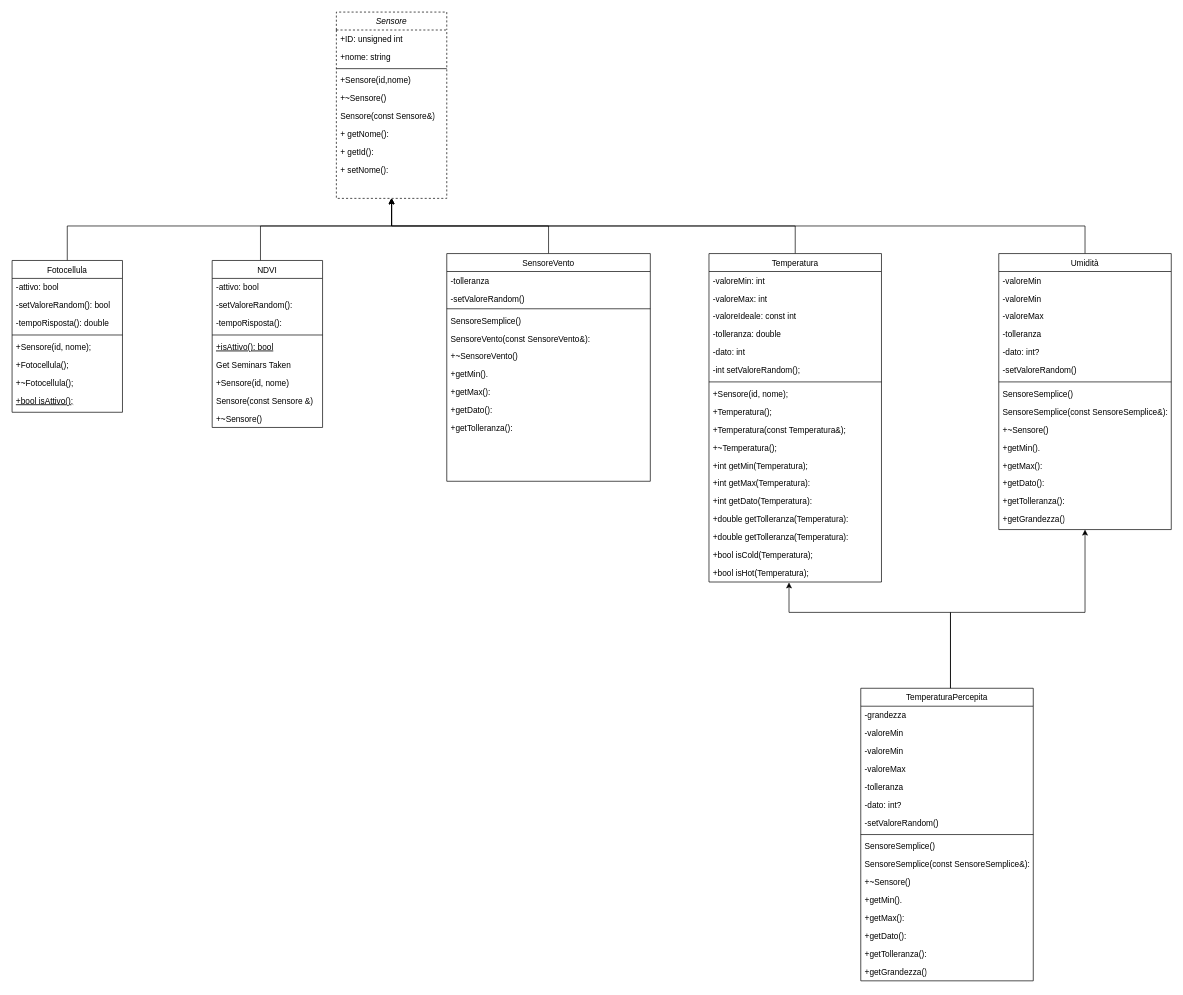
Above: Pao2024lo.drawio in matteoumatche/PAO2024 (draw.io), before the change. Source tidied: cells renumbered, new cells numbered last; positions are measured from the earlier drawing's top-left corner, leaving out a move shared by most shapes. Both pictures are drawn from the tidied source at 69%, with x=0, y=0 at pixel (12, 12).
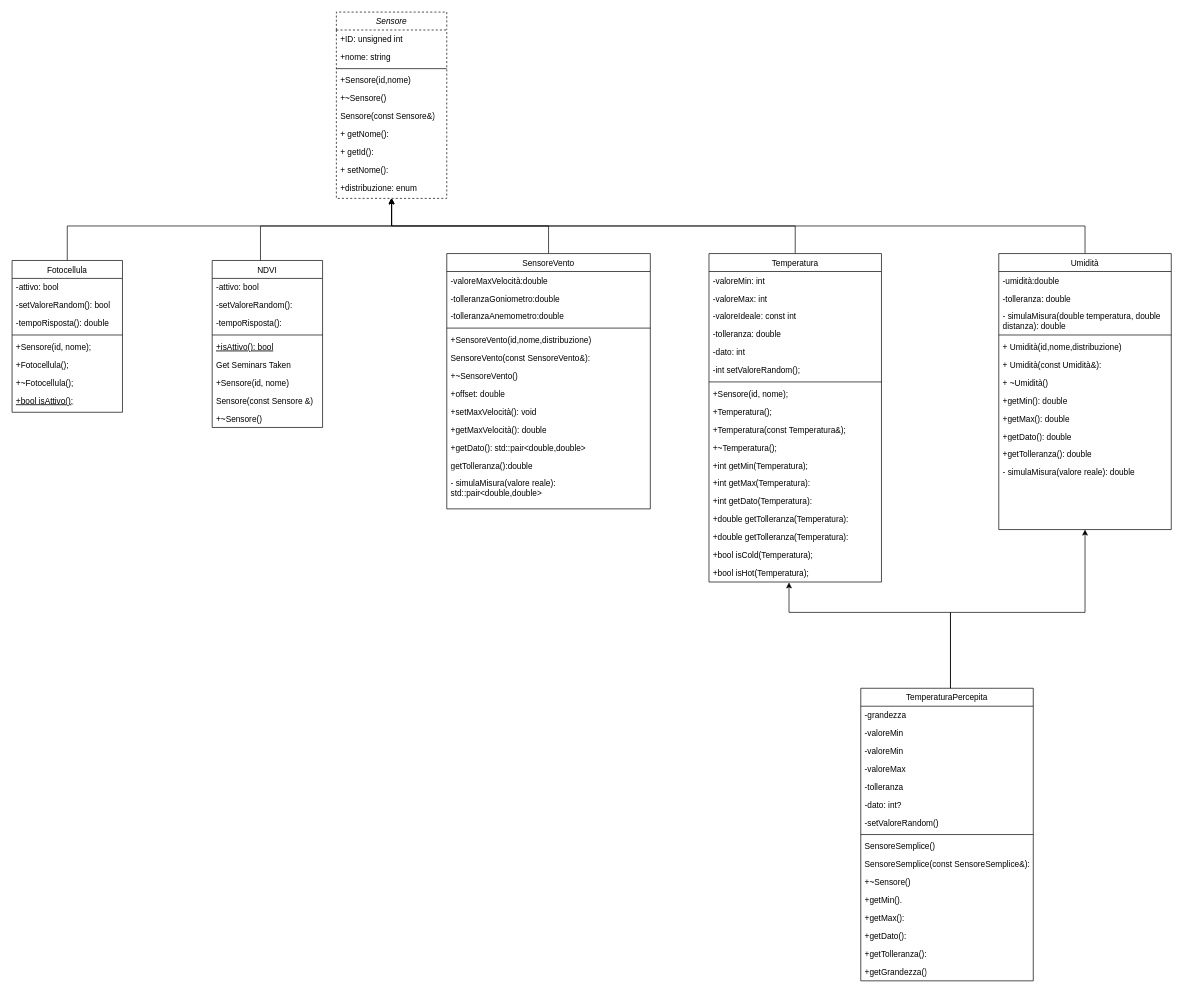
The same diagram, later.

Unchanged cells that the change refers to:
```xml
<mxCell id="2" value="Sensore" style="swimlane;fontStyle=2;align=center;verticalAlign=top;horizontal=1;startSize=26;rounded=0;shadow=0;strokeWidth=1;dashed=1;" parent="1" vertex="1">
  <mxGeometry x="470" width="160" height="270" as="geometry" />
</mxCell>
<mxCell id="55" value="Umidità" style="swimlane;fontStyle=0;align=center;verticalAlign=top;horizontal=1;startSize=26;rounded=0;shadow=0;strokeWidth=1;" parent="1" vertex="1">
  <mxGeometry x="1430" y="350" width="250" height="400" as="geometry" />
</mxCell>
```

What changed in the source:
```diff
@@
+    <mxCell id="101" value="+distribuzione: enum" style="text;align=left;verticalAlign=top;spacingLeft=4;spacingRight=4;overflow=hidden;rounded=0;shadow=0;html=0;" parent="2" vertex="1">
+      <mxGeometry y="242" width="160" height="26" as="geometry" />
+    </mxCell>
@@
     <mxCell id="24" value="SensoreVento" style="swimlane;fontStyle=0;align=center;verticalAlign=top;horizontal=1;startSize=26;rounded=0;shadow=0;strokeWidth=1;" parent="1" vertex="1">
-      <mxGeometry x="630" y="350" width="295" height="330" as="geometry" />
+      <mxGeometry x="630" y="350" width="295" height="370" as="geometry" />
     </mxCell>
-    <mxCell id="25" value="-tolleranza" style="text;align=left;verticalAlign=top;spacingLeft=4;spacingRight=4;overflow=hidden;rounded=0;shadow=0;html=0;" parent="24" vertex="1">
-      <mxGeometry y="26" width="295" height="26" as="geometry" />
-    </mxCell>
-    <mxCell id="26" value="-setValoreRandom()" style="text;align=left;verticalAlign=top;spacingLeft=4;spacingRight=4;overflow=hidden;rounded=0;shadow=0;html=0;" parent="24" vertex="1">
-      <mxGeometry y="52" width="295" height="24" as="geometry" />
-    </mxCell>
+    <mxCell id="58" value="-valoreMaxVelocità:double" style="text;align=left;verticalAlign=top;spacingLeft=4;spacingRight=4;overflow=hidden;rounded=0;shadow=0;html=0;" parent="24" vertex="1">
+      <mxGeometry y="26" width="295" height="26" as="geometry" />
+    </mxCell>
+    <mxCell id="59" value="-tolleranzaGoniometro:double" style="text;align=left;verticalAlign=top;spacingLeft=4;spacingRight=4;overflow=hidden;rounded=0;shadow=0;html=0;" parent="24" vertex="1">
+      <mxGeometry y="52" width="295" height="26" as="geometry" />
+    </mxCell>
+    <mxCell id="102" value="-tolleranzaAnemometro:double" style="text;align=left;verticalAlign=top;spacingLeft=4;spacingRight=4;overflow=hidden;rounded=0;shadow=0;html=0;" parent="24" vertex="1">
+      <mxGeometry y="78" width="295" height="26" as="geometry" />
+    </mxCell>
     <mxCell id="27" style="line;html=1;strokeWidth=1;align=left;verticalAlign=middle;spacingTop=-1;spacingLeft=3;spacingRight=3;labelPosition=right;" parent="24" vertex="1">
-      <mxGeometry y="76" width="295" height="8" as="geometry" />
+      <mxGeometry y="104" width="295" height="8" as="geometry" />
     </mxCell>
-    <mxCell id="28" value="SensoreSemplice()" style="text;align=left;verticalAlign=top;spacingLeft=4;spacingRight=4;overflow=hidden;" parent="24" vertex="1">
-      <mxGeometry y="84" width="295" height="26" as="geometry" />
+    <mxCell id="28" value="+SensoreVento(id,nome,distribuzione)" style="text;align=left;verticalAlign=top;spacingLeft=4;spacingRight=4;overflow=hidden;" parent="24" vertex="1">
+      <mxGeometry y="112" width="295" height="26" as="geometry" />
     </mxCell>
     <mxCell id="29" value="SensoreVento(const SensoreVento&amp;):" style="text;align=left;verticalAlign=top;spacingLeft=4;spacingRight=4;overflow=hidden;" parent="24" vertex="1">
-      <mxGeometry y="110" width="295" height="26" as="geometry" />
+      <mxGeometry y="138" width="295" height="26" as="geometry" />
     </mxCell>
     <mxCell id="30" value="+~SensoreVento()" style="text;align=left;verticalAlign=top;spacingLeft=4;spacingRight=4;overflow=hidden;" parent="24" vertex="1">
-      <mxGeometry y="136" width="295" height="26" as="geometry" />
+      <mxGeometry y="164" width="295" height="26" as="geometry" />
     </mxCell>
+    <mxCell id="25" value="+offset: double" style="text;align=left;verticalAlign=top;spacingLeft=4;spacingRight=4;overflow=hidden;rounded=0;shadow=0;html=0;" parent="24" vertex="1">
+      <mxGeometry y="190" width="295" height="26" as="geometry" />
+    </mxCell>
-    <mxCell id="31" value="+getMin()." style="text;strokeColor=none;fillColor=none;align=left;verticalAlign=top;spacingLeft=4;spacingRight=4;overflow=hidden;whiteSpace=wrap;html=1;" parent="24" vertex="1">
-      <mxGeometry y="162" width="295" height="26" as="geometry" />
+    <mxCell id="31" value="+setMax&lt;span style=&quot;text-wrap: nowrap;&quot;&gt;Velocità&lt;/span&gt;(): void" style="text;strokeColor=none;fillColor=none;align=left;verticalAlign=top;spacingLeft=4;spacingRight=4;overflow=hidden;whiteSpace=wrap;html=1;" parent="24" vertex="1">
+      <mxGeometry y="216" width="295" height="26" as="geometry" />
     </mxCell>
-    <mxCell id="32" value="+getMax():" style="text;strokeColor=none;fillColor=none;align=left;verticalAlign=top;spacingLeft=4;spacingRight=4;overflow=hidden;whiteSpace=wrap;html=1;" parent="24" vertex="1">
-      <mxGeometry y="188" width="295" height="26" as="geometry" />
+    <mxCell id="32" value="+getMax&lt;span style=&quot;text-wrap: nowrap;&quot;&gt;Velocità&lt;/span&gt;(): double" style="text;strokeColor=none;fillColor=none;align=left;verticalAlign=top;spacingLeft=4;spacingRight=4;overflow=hidden;whiteSpace=wrap;html=1;" parent="24" vertex="1">
+      <mxGeometry y="242" width="295" height="26" as="geometry" />
     </mxCell>
-    <mxCell id="33" value="+getDato():" style="text;strokeColor=none;fillColor=none;align=left;verticalAlign=top;spacingLeft=4;spacingRight=4;overflow=hidden;whiteSpace=wrap;html=1;" parent="24" vertex="1">
-      <mxGeometry y="214" width="295" height="26" as="geometry" />
+    <mxCell id="33" value="+getDato(): std::pair&amp;lt;double,double&amp;gt;" style="text;strokeColor=none;fillColor=none;align=left;verticalAlign=top;spacingLeft=4;spacingRight=4;overflow=hidden;whiteSpace=wrap;html=1;" parent="24" vertex="1">
+      <mxGeometry y="268" width="295" height="26" as="geometry" />
     </mxCell>
-    <mxCell id="34" value="+getTolleranza():" style="text;strokeColor=none;fillColor=none;align=left;verticalAlign=top;spacingLeft=4;spacingRight=4;overflow=hidden;whiteSpace=wrap;html=1;" parent="24" vertex="1">
-      <mxGeometry y="240" width="295" height="26" as="geometry" />
+    <mxCell id="34" value="getTolleranza():double" style="text;strokeColor=none;fillColor=none;align=left;verticalAlign=top;spacingLeft=4;spacingRight=4;overflow=hidden;whiteSpace=wrap;html=1;" parent="24" vertex="1">
+      <mxGeometry y="294" width="295" height="26" as="geometry" />
     </mxCell>
+    <mxCell id="103" value="- simulaMisura(valore reale): std::pair&amp;lt;double,double&amp;gt;" style="text;strokeColor=none;fillColor=none;align=left;verticalAlign=top;spacingLeft=4;spacingRight=4;overflow=hidden;whiteSpace=wrap;html=1;" parent="24" vertex="1">
+      <mxGeometry y="320" width="295" height="36" as="geometry" />
+    </mxCell>
@@
-    <mxCell id="56" value="-valoreMin" style="text;align=left;verticalAlign=top;spacingLeft=4;spacingRight=4;overflow=hidden;rounded=0;shadow=0;html=0;" parent="55" vertex="1">
-      <mxGeometry y="26" width="250" height="26" as="geometry" />
-    </mxCell>
-    <mxCell id="57" value="-valoreMin" style="text;align=left;verticalAlign=top;spacingLeft=4;spacingRight=4;overflow=hidden;rounded=0;shadow=0;html=0;" parent="55" vertex="1">
-      <mxGeometry y="52" width="250" height="26" as="geometry" />
-    </mxCell>
-    <mxCell id="58" value="-valoreMax" style="text;align=left;verticalAlign=top;spacingLeft=4;spacingRight=4;overflow=hidden;rounded=0;shadow=0;html=0;" parent="55" vertex="1">
-      <mxGeometry y="78" width="250" height="26" as="geometry" />
-    </mxCell>
-    <mxCell id="59" value="-tolleranza" style="text;align=left;verticalAlign=top;spacingLeft=4;spacingRight=4;overflow=hidden;rounded=0;shadow=0;html=0;" parent="55" vertex="1">
-      <mxGeometry y="104" width="250" height="26" as="geometry" />
-    </mxCell>
-    <mxCell id="60" value="-dato: int?" style="text;strokeColor=none;fillColor=none;align=left;verticalAlign=top;spacingLeft=4;spacingRight=4;overflow=hidden;whiteSpace=wrap;html=1;" parent="55" vertex="1">
-      <mxGeometry y="130" width="250" height="26" as="geometry" />
+    <mxCell id="60" value="-umidità&lt;span style=&quot;text-wrap: nowrap;&quot;&gt;:double&lt;/span&gt;" style="text;strokeColor=none;fillColor=none;align=left;verticalAlign=top;spacingLeft=4;spacingRight=4;overflow=hidden;whiteSpace=wrap;html=1;" parent="55" vertex="1">
+      <mxGeometry y="26" width="250" height="26" as="geometry" />
     </mxCell>
-    <mxCell id="61" value="-setValoreRandom()" style="text;align=left;verticalAlign=top;spacingLeft=4;spacingRight=4;overflow=hidden;rounded=0;shadow=0;html=0;" parent="55" vertex="1">
-      <mxGeometry y="156" width="250" height="26" as="geometry" />
-    </mxCell>
+    <mxCell id="104" value="-tolleranza: double" style="text;align=left;verticalAlign=top;spacingLeft=4;spacingRight=4;overflow=hidden;rounded=0;shadow=0;html=0;" parent="55" vertex="1">
+      <mxGeometry y="52" width="250" height="26" as="geometry" />
+    </mxCell>
+    <mxCell id="105" value="- simulaMisura(double temperatura, double distanza): double&amp;nbsp;" style="text;strokeColor=none;fillColor=none;align=left;verticalAlign=top;spacingLeft=4;spacingRight=4;overflow=hidden;whiteSpace=wrap;html=1;" parent="55" vertex="1">
+      <mxGeometry y="78" width="250" height="36" as="geometry" />
+    </mxCell>
     <mxCell id="62" style="line;html=1;strokeWidth=1;align=left;verticalAlign=middle;spacingTop=-1;spacingLeft=3;spacingRight=3;labelPosition=right;" parent="55" vertex="1">
-      <mxGeometry y="182" width="250" height="8" as="geometry" />
+      <mxGeometry y="114" width="250" height="8" as="geometry" />
     </mxCell>
-    <mxCell id="63" value="SensoreSemplice()" style="text;align=left;verticalAlign=top;spacingLeft=4;spacingRight=4;overflow=hidden;" parent="55" vertex="1">
-      <mxGeometry y="190" width="250" height="26" as="geometry" />
+    <mxCell id="63" value="+ Umidità(id,nome,distribuzione)" style="text;align=left;verticalAlign=top;spacingLeft=4;spacingRight=4;overflow=hidden;" parent="55" vertex="1">
+      <mxGeometry y="122" width="250" height="26" as="geometry" />
     </mxCell>
-    <mxCell id="64" value="SensoreSemplice(const SensoreSemplice&amp;):" style="text;align=left;verticalAlign=top;spacingLeft=4;spacingRight=4;overflow=hidden;" parent="55" vertex="1">
-      <mxGeometry y="216" width="250" height="26" as="geometry" />
+    <mxCell id="64" value="+ Umidità(const Umidità&amp;):" style="text;align=left;verticalAlign=top;spacingLeft=4;spacingRight=4;overflow=hidden;" parent="55" vertex="1">
+      <mxGeometry y="148" width="250" height="26" as="geometry" />
     </mxCell>
-    <mxCell id="65" value="+~Sensore()" style="text;align=left;verticalAlign=top;spacingLeft=4;spacingRight=4;overflow=hidden;" parent="55" vertex="1">
-      <mxGeometry y="242" width="250" height="26" as="geometry" />
+    <mxCell id="65" value="+ ~Umidità()" style="text;align=left;verticalAlign=top;spacingLeft=4;spacingRight=4;overflow=hidden;" parent="55" vertex="1">
+      <mxGeometry y="174" width="250" height="26" as="geometry" />
     </mxCell>
-    <mxCell id="66" value="+getMin()." style="text;strokeColor=none;fillColor=none;align=left;verticalAlign=top;spacingLeft=4;spacingRight=4;overflow=hidden;whiteSpace=wrap;html=1;" parent="55" vertex="1">
-      <mxGeometry y="268" width="250" height="26" as="geometry" />
+    <mxCell id="66" value="+getMin(): double" style="text;strokeColor=none;fillColor=none;align=left;verticalAlign=top;spacingLeft=4;spacingRight=4;overflow=hidden;whiteSpace=wrap;html=1;" parent="55" vertex="1">
+      <mxGeometry y="200" width="250" height="26" as="geometry" />
     </mxCell>
-    <mxCell id="67" value="+getMax():" style="text;strokeColor=none;fillColor=none;align=left;verticalAlign=top;spacingLeft=4;spacingRight=4;overflow=hidden;whiteSpace=wrap;html=1;" parent="55" vertex="1">
-      <mxGeometry y="294" width="250" height="26" as="geometry" />
+    <mxCell id="67" value="+getMax(): double" style="text;strokeColor=none;fillColor=none;align=left;verticalAlign=top;spacingLeft=4;spacingRight=4;overflow=hidden;whiteSpace=wrap;html=1;" parent="55" vertex="1">
+      <mxGeometry y="226" width="250" height="26" as="geometry" />
     </mxCell>
-    <mxCell id="68" value="+getDato():" style="text;strokeColor=none;fillColor=none;align=left;verticalAlign=top;spacingLeft=4;spacingRight=4;overflow=hidden;whiteSpace=wrap;html=1;" parent="55" vertex="1">
-      <mxGeometry y="320" width="250" height="26" as="geometry" />
+    <mxCell id="68" value="+getDato(): double" style="text;strokeColor=none;fillColor=none;align=left;verticalAlign=top;spacingLeft=4;spacingRight=4;overflow=hidden;whiteSpace=wrap;html=1;" parent="55" vertex="1">
+      <mxGeometry y="252" width="250" height="26" as="geometry" />
     </mxCell>
-    <mxCell id="69" value="+getTolleranza():" style="text;strokeColor=none;fillColor=none;align=left;verticalAlign=top;spacingLeft=4;spacingRight=4;overflow=hidden;whiteSpace=wrap;html=1;" parent="55" vertex="1">
-      <mxGeometry y="346" width="250" height="26" as="geometry" />
+    <mxCell id="69" value="+getTolleranza(): double" style="text;strokeColor=none;fillColor=none;align=left;verticalAlign=top;spacingLeft=4;spacingRight=4;overflow=hidden;whiteSpace=wrap;html=1;" parent="55" vertex="1">
+      <mxGeometry y="278" width="250" height="26" as="geometry" />
     </mxCell>
-    <mxCell id="70" value="+getGrandezza()" style="text;strokeColor=none;fillColor=none;align=left;verticalAlign=top;spacingLeft=4;spacingRight=4;overflow=hidden;whiteSpace=wrap;html=1;" parent="55" vertex="1">
-      <mxGeometry y="372" width="250" height="26" as="geometry" />
-    </mxCell>
+    <mxCell id="106" value="- simulaMisura(valore reale): double&amp;nbsp;" style="text;strokeColor=none;fillColor=none;align=left;verticalAlign=top;spacingLeft=4;spacingRight=4;overflow=hidden;whiteSpace=wrap;html=1;" parent="55" vertex="1">
+      <mxGeometry y="304" width="250" height="36" as="geometry" />
+    </mxCell>
```
